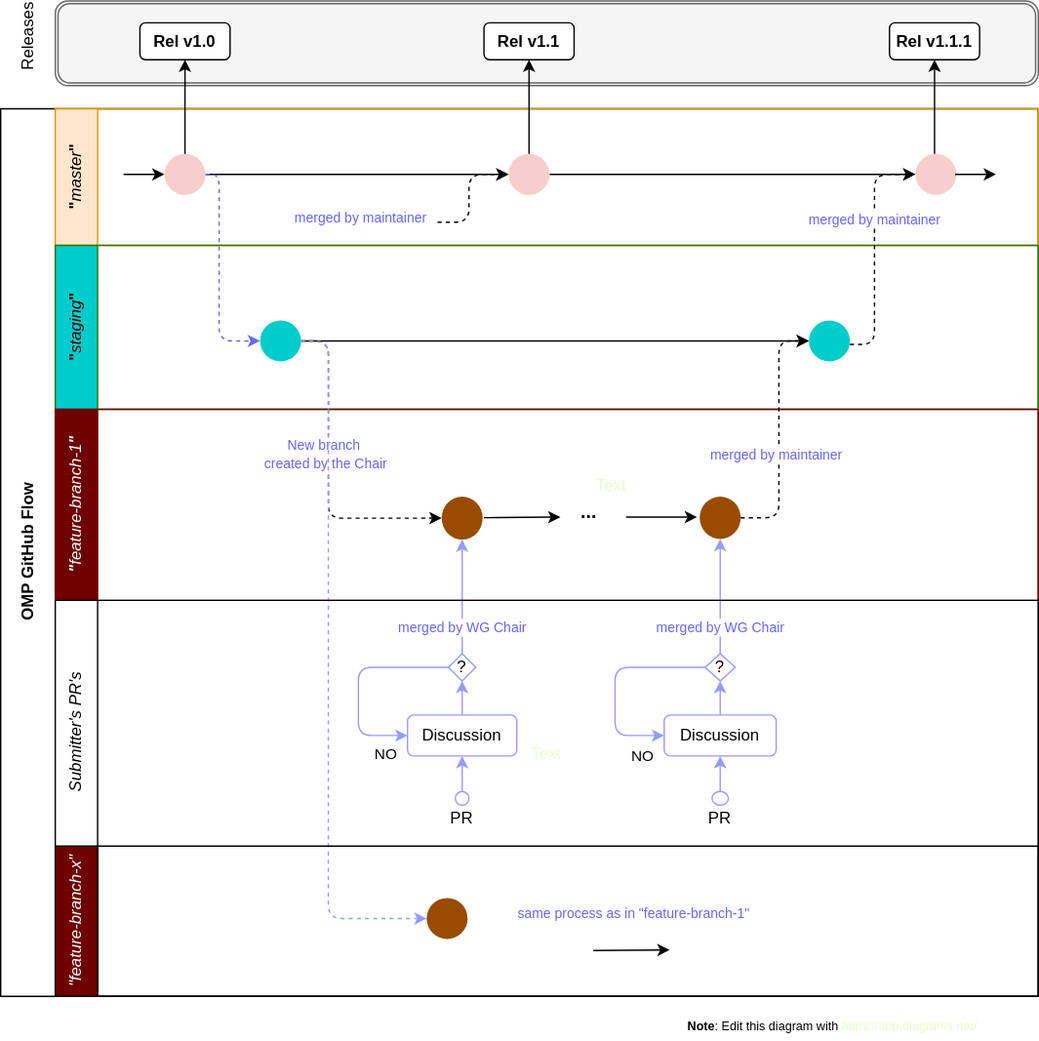
The draw.io diagram images/omp-git-flow.svg in sbuckel/rules_of_engagement, before a commit. Source tidied: cells renumbered, new cells last; positions are measured from the earlier drawing's top-left corner, leaving out a move shared by most shapes.
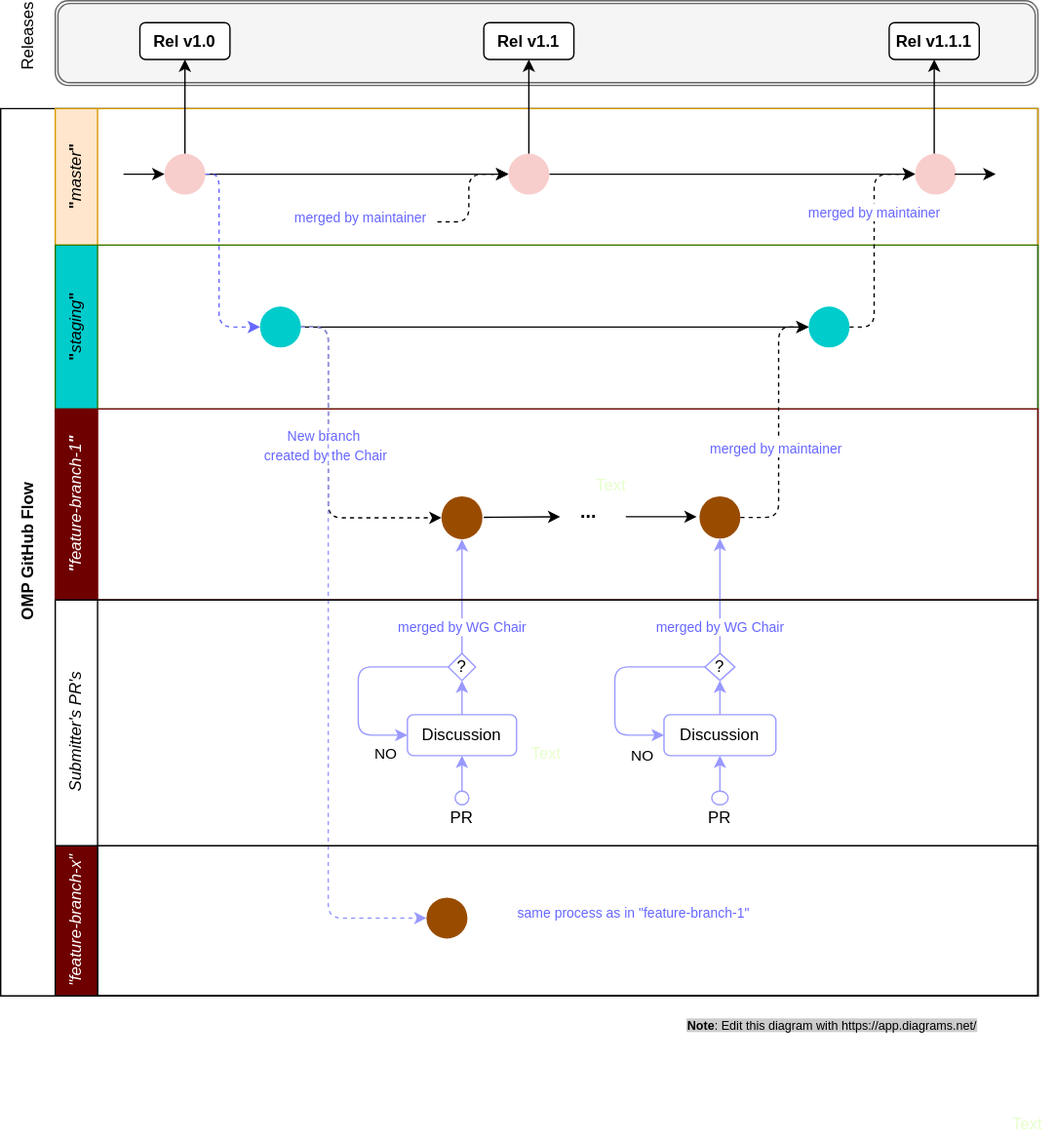
The same file after the commit.

Commit message:
editorial updates to git flow diagram

What changed in the source:
```diff
@@ -11,7 +11,7 @@
     <mxCell id="4" style="edgeStyle=segmentEdgeStyle;endArrow=classic;html=1;fontColor=#E6FFCC;exitX=1;exitY=0.5;exitDx=0;exitDy=0;entryX=0;entryY=0.5;entryDx=0;entryDy=0;dashed=1;" parent="1" edge="1" source="23" target="3">
       <mxGeometry relative="1" as="geometry">
         <Array as="points">
-          <mxPoint x="240" y="249" />
+          <mxPoint x="240" y="239" />
           <mxPoint x="240" y="379" />
         </Array>
       </mxGeometry>
@@ -77,25 +77,11 @@
     <mxCell id="20" style="edgeStyle=orthogonalEdgeStyle;rounded=0;jettySize=auto;html=1;fontColor=#E6FFCC;entryX=0;entryY=0.5;entryDx=0;entryDy=0;" parent="19" edge="1" source="23" target="24">
       <mxGeometry relative="1" as="geometry" />
     </mxCell>
-    <mxCell id="21" style="edgeStyle=segmentEdgeStyle;endArrow=classic;html=1;fontColor=#E6FFCC;exitX=1;exitY=0.5;exitDx=0;exitDy=0;entryX=0;entryY=0.5;entryDx=0;entryDy=0;dashed=1;" parent="19" edge="1" target="17">
-      <mxGeometry relative="1" as="geometry">
-        <mxPoint x="582" y="72.5" as="sourcePoint" />
-        <Array as="points">
-          <mxPoint x="600" y="73" />
-          <mxPoint x="600" y="-52" />
-        </Array>
-      </mxGeometry>
-    </mxCell>
-    <mxCell id="22" value="&lt;font color=&quot;#6666ff&quot; style=&quot;font-size: 10px&quot;&gt;merged by maintainer&lt;/font&gt;" style="edgeLabel;html=1;align=center;verticalAlign=middle;fontColor=#E6FFCC;" parent="21" vertex="1">
-      <mxGeometry x="0.2" relative="1" as="geometry">
-        <mxPoint y="-6.1" as="offset" />
-      </mxGeometry>
-    </mxCell>
     <mxCell id="23" style="ellipse;whiteSpace=wrap;html=1;fillColor=#00CCCC;strokeColor=none;fontColor=#E6FFCC;" parent="19" vertex="1">
-      <mxGeometry x="150" y="55" width="30" height="30" as="geometry" />
+      <mxGeometry x="150" y="45" width="30" height="30" as="geometry" />
     </mxCell>
     <mxCell id="24" style="ellipse;whiteSpace=wrap;html=1;fillColor=#00CCCC;strokeColor=none;fontColor=#E6FFCC;" parent="19" vertex="1">
-      <mxGeometry x="552" y="55" width="30" height="30" as="geometry" />
+      <mxGeometry x="552" y="45" width="30" height="30" as="geometry" />
     </mxCell>
     <mxCell id="25" value="&lt;i&gt;&quot;&lt;span style=&quot;font-weight: normal&quot;&gt;feature-branch-1&lt;/span&gt;&quot;&lt;/i&gt;" style="swimlane;html=1;startSize=31;horizontal=0;fillColor=#6F0000;strokeColor=#6F0000;fontColor=#ffffff;" parent="8" vertex="1">
       <mxGeometry x="40" y="220" width="720" height="140" as="geometry" />
@@ -115,17 +101,11 @@
     <mxCell id="29" value="Text" style="text;html=1;align=center;verticalAlign=middle;fontColor=#E6FFCC;" parent="25" vertex="1">
       <mxGeometry x="387" y="46" width="40" height="20" as="geometry" />
     </mxCell>
-    <mxCell id="30" style="endArrow=classic;html=1;strokeColor=#000000;fontColor=#E6FFCC;" parent="25" edge="1">
-      <mxGeometry relative="1" as="geometry">
-        <mxPoint x="394" y="396.4" as="sourcePoint" />
-        <mxPoint x="450" y="396" as="targetPoint" />
-      </mxGeometry>
-    </mxCell>
     <mxCell id="31" style="edgeStyle=segmentEdgeStyle;endArrow=classic;html=1;fontColor=#E6FFCC;exitX=1;exitY=0.5;exitDx=0;exitDy=0;entryX=0;entryY=0.5;entryDx=0;entryDy=0;dashed=1;strokeColor=#6666FF;" parent="8" edge="1" source="11" target="23">
       <mxGeometry relative="1" as="geometry">
         <Array as="points">
           <mxPoint x="160" y="48" />
-          <mxPoint x="160" y="170" />
+          <mxPoint x="160" y="160" />
         </Array>
       </mxGeometry>
     </mxCell>
@@ -141,7 +121,7 @@
       <mxGeometry relative="1" as="geometry">
         <Array as="points">
           <mxPoint x="570" y="299" />
-          <mxPoint x="570" y="170" />
+          <mxPoint x="570" y="160" />
         </Array>
       </mxGeometry>
     </mxCell>
@@ -150,11 +130,10 @@
         <mxPoint x="-3" y="11.7" as="offset" />
       </mxGeometry>
     </mxCell>
-    <mxCell id="36" style="edgeStyle=segmentEdgeStyle;endArrow=classic;html=1;strokeColor=#9999FF;fontColor=#E6FFCC;exitX=1;exitY=0.5;exitDx=0;exitDy=0;entryX=0;entryY=0.5;entryDx=0;entryDy=0;dashed=1;" parent="8" edge="1" target="56">
+    <mxCell id="36" style="edgeStyle=segmentEdgeStyle;endArrow=classic;html=1;strokeColor=#9999FF;fontColor=#E6FFCC;exitX=1;exitY=0.5;exitDx=0;exitDy=0;entryX=0;entryY=0.5;entryDx=0;entryDy=0;dashed=1;" parent="8" edge="1" source="23" target="56">
       <mxGeometry relative="1" as="geometry">
-        <mxPoint x="220" y="170" as="sourcePoint" />
         <Array as="points">
-          <mxPoint x="240" y="170" />
+          <mxPoint x="240" y="160" />
           <mxPoint x="240" y="593" />
         </Array>
       </mxGeometry>
@@ -233,6 +212,19 @@
     <mxCell id="56" style="ellipse;whiteSpace=wrap;html=1;fillColor=#994C00;strokeColor=none;fontColor=#E6FFCC;" parent="54" vertex="1">
       <mxGeometry x="272" y="38" width="30" height="30" as="geometry" />
     </mxCell>
+    <mxCell id="21" style="edgeStyle=segmentEdgeStyle;endArrow=classic;html=1;fontColor=#E6FFCC;exitX=1;exitY=0.5;exitDx=0;exitDy=0;entryX=0;entryY=0.5;entryDx=0;entryDy=0;dashed=1;" parent="8" edge="1" source="24" target="17">
+      <mxGeometry relative="1" as="geometry">
+        <Array as="points">
+          <mxPoint x="640" y="160" />
+          <mxPoint x="640" y="48" />
+        </Array>
+      </mxGeometry>
+    </mxCell>
+    <mxCell id="22" value="&lt;font color=&quot;#6666ff&quot; style=&quot;font-size: 10px&quot;&gt;merged by maintainer&lt;/font&gt;" style="edgeLabel;html=1;align=center;verticalAlign=middle;fontColor=#E6FFCC;" parent="21" vertex="1">
+      <mxGeometry x="0.2" relative="1" as="geometry">
+        <mxPoint y="-6.1" as="offset" />
+      </mxGeometry>
+    </mxCell>
     <mxCell id="57" style="endArrow=classic;html=1;strokeColor=#000000;fontColor=#E6FFCC;entryX=0;entryY=0.5;entryDx=0;entryDy=0;" parent="1" edge="1" target="11">
       <mxGeometry relative="1" as="geometry">
         <mxPoint x="90" y="127" as="sourcePoint" />
@@ -280,7 +272,7 @@
     <mxCell id="66" value="Text" style="text;html=1;strokeColor=none;fillColor=none;align=center;verticalAlign=middle;whiteSpace=wrap;rounded=0;fontColor=#E6FFCC;" parent="1" vertex="1">
       <mxGeometry x="380" y="542" width="40" height="20" as="geometry" />
     </mxCell>
-    <mxCell id="67" value="&lt;font style=&quot;font-size: 9px&quot;&gt;&lt;font color=&quot;#000000&quot; style=&quot;font-size: 9px&quot;&gt;&lt;b&gt;Note&lt;/b&gt;: Edit this diagram with&amp;nbsp;&lt;/font&gt;&lt;a href=&quot;https://app.diagrams.net/&quot;&gt;https://app.diagrams.net/&lt;/a&gt;&lt;/font&gt;" style="text;html=1;align=center;verticalAlign=middle;fontColor=#E6FFCC;" parent="1" vertex="1">
+    <mxCell id="67" value="&lt;font style=&quot;font-size: 9px ; background-color: rgb(204 , 204 , 204)&quot;&gt;&lt;font color=&quot;#000000&quot; style=&quot;font-size: 9px&quot;&gt;&lt;b&gt;Note&lt;/b&gt;: Edit this diagram with&amp;nbsp;&lt;/font&gt;&lt;a href=&quot;https://app.diagrams.net/&quot;&gt;&lt;font color=&quot;#000000&quot;&gt;https://app.diagrams.net/&lt;/font&gt;&lt;/a&gt;&lt;/font&gt;" style="text;html=1;align=center;verticalAlign=middle;fontColor=#E6FFCC;" parent="1" vertex="1">
       <mxGeometry x="494" y="740" width="230" height="20" as="geometry" />
     </mxCell>
     <mxCell id="68" value="&lt;font color=&quot;#000000&quot;&gt;Releases&lt;/font&gt;" style="text;html=1;strokeColor=none;fillColor=none;align=center;verticalAlign=middle;whiteSpace=wrap;rounded=0;fontColor=#E6FFCC;rotation=-90;" parent="1" vertex="1">
@@ -291,5 +283,8 @@
         <mxPoint x="510" y="378" as="targetPoint" />
       </mxGeometry>
     </mxCell>
+    <mxCell id="70" value="Text" style="text;html=1;align=center;verticalAlign=middle;fontColor=#E6FFCC;" parent="1" vertex="1">
+      <mxGeometry x="732" y="813" width="40" height="20" as="geometry" />
+    </mxCell>
   </root>
 </mxGraphModel>
```
